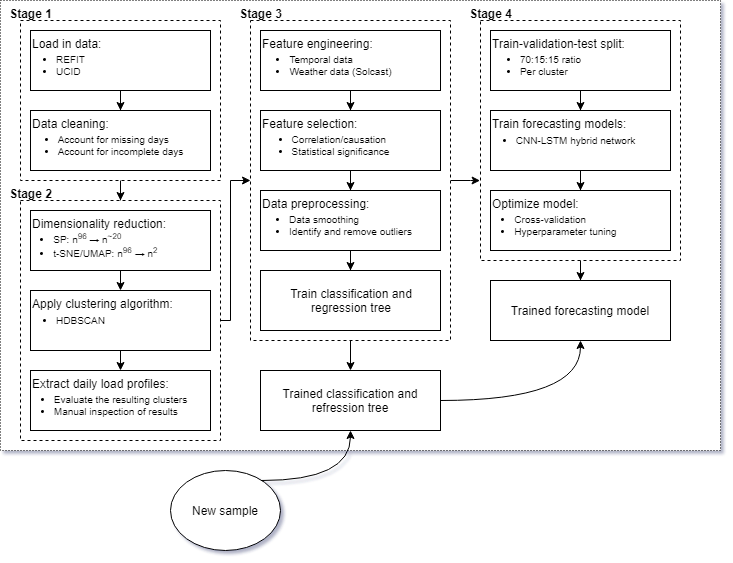
This is Report/LaTeX source/Images/Chapter 6/Proposed-Model.png from rug-ds-lab/msc-thesis-s3877043-al-saudi-kareem, a draw.io export, as it was before one commit. Source tidied: cells renumbered, new cells last; positions are measured from the earlier drawing's top-left corner, leaving out a move shared by most shapes.
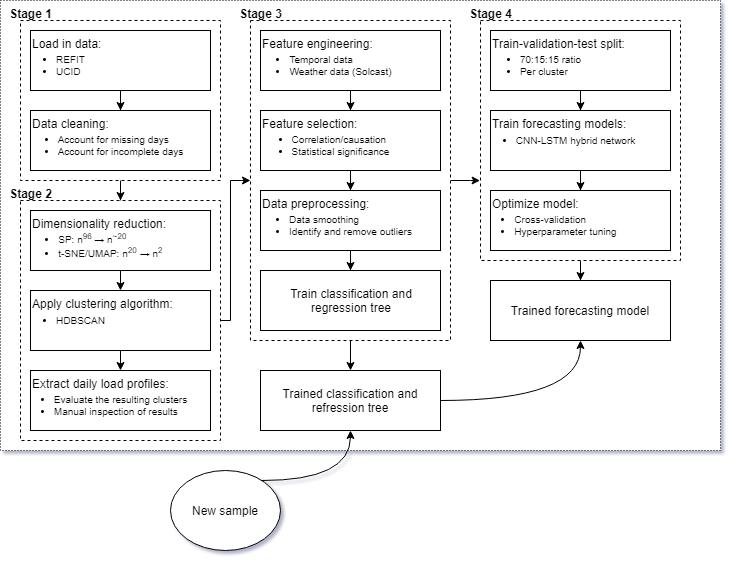
After the commit.

Commit message:
Corrected proposed model diagram.

What changed in the source:
```diff
@@ -140,8 +140,8 @@
         </Array>
       </mxGeometry>
     </mxCell>
-    <mxCell id="41" value="&lt;ul style=&quot;text-align: left ; font-size: 10px&quot;&gt;&lt;li&gt;SP: n&lt;sup&gt;96&amp;nbsp;&lt;/sup&gt;→ n&lt;sup&gt;~20&lt;/sup&gt;&lt;/li&gt;&lt;li&gt;t-SNE/UMAP: n&lt;sup&gt;96&lt;/sup&gt;&amp;nbsp;→ n&lt;sup&gt;2&lt;/sup&gt;&lt;/li&gt;&lt;/ul&gt;" style="text;html=1;align=center;verticalAlign=middle;" parent="1" vertex="1">
-      <mxGeometry x="5" y="215" width="160" height="60" as="geometry" />
+    <mxCell id="41" value="&lt;ul style=&quot;text-align: left ; font-size: 10px&quot;&gt;&lt;li&gt;SP: n&lt;sup&gt;96&amp;nbsp;&lt;/sup&gt;→ n&lt;sup&gt;~20&lt;/sup&gt;&lt;/li&gt;&lt;li&gt;t-SNE/UMAP: n&lt;sup&gt;20&lt;/sup&gt;&amp;nbsp;→ n&lt;sup&gt;2&lt;/sup&gt;&lt;/li&gt;&lt;/ul&gt;" style="text;html=1;align=center;verticalAlign=middle;" parent="1" vertex="1">
+      <mxGeometry x="10" y="215" width="160" height="60" as="geometry" />
     </mxCell>
     <mxCell id="42" value="&lt;ul style=&quot;text-align: left ; font-size: 10px&quot;&gt;&lt;li&gt;HDBSCAN&lt;/li&gt;&lt;/ul&gt;" style="text;html=1;align=center;verticalAlign=middle;" parent="1" vertex="1">
       <mxGeometry x="10" y="300" width="100" height="40" as="geometry" />
```
